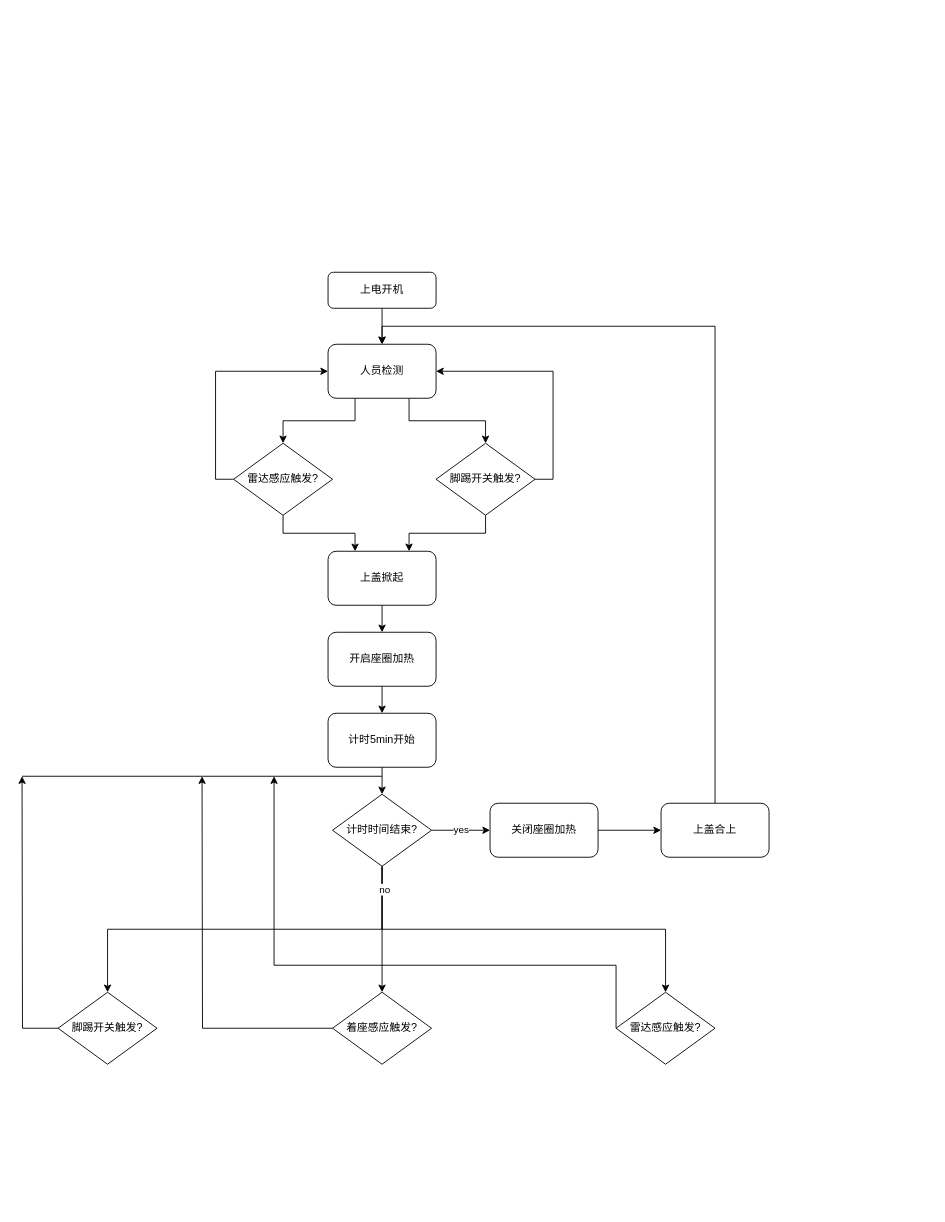
Above: Smart_Toilet_2.drawio in RockONthefeel/HW_Design_SUP (draw.io), before the change. Source tidied: cells renumbered, new cells numbered last; positions are measured from the earlier drawing's top-left corner, leaving out a move shared by most shapes. Both pictures are drawn from the tidied source at 90%, with x=0, y=0 at pixel (22, 272).
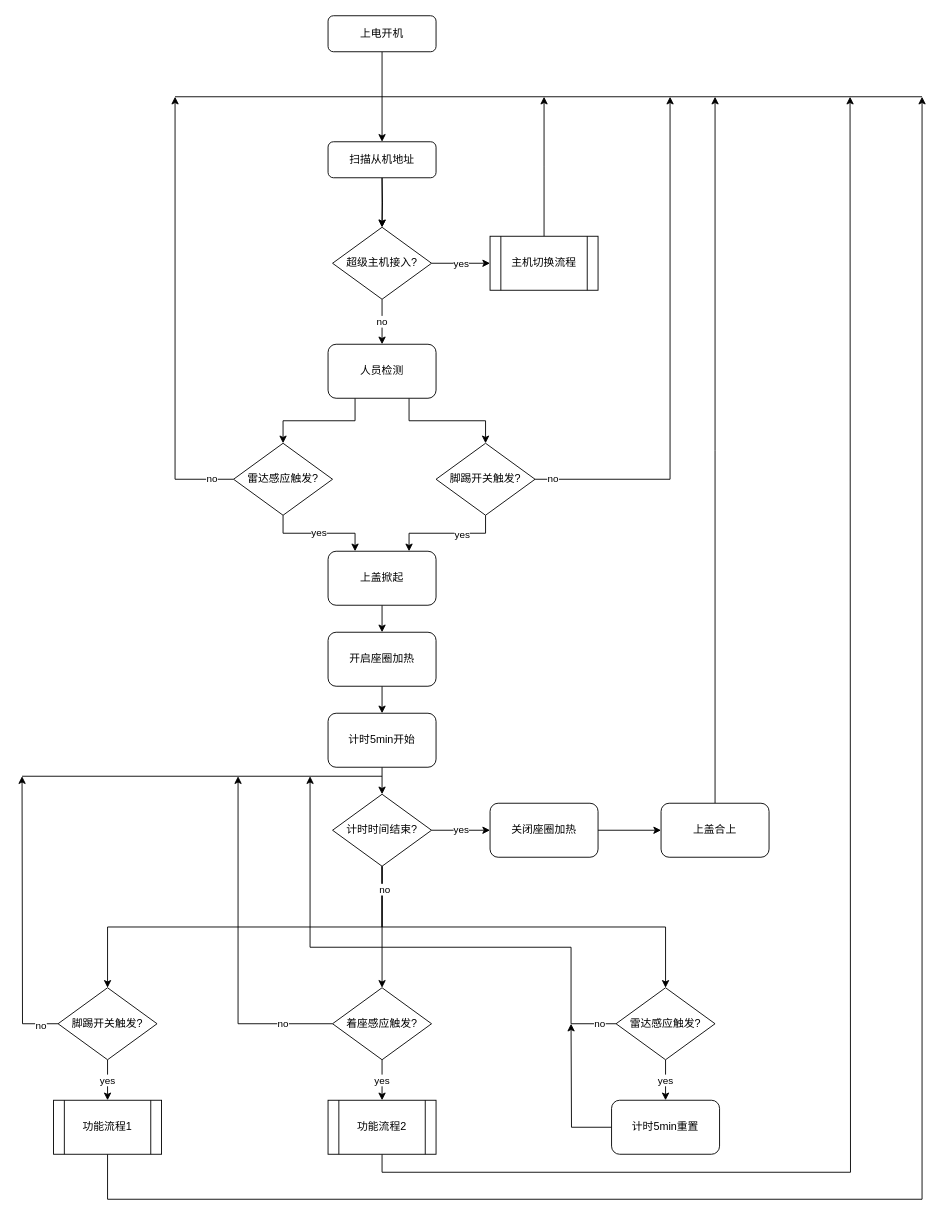
The same page after the edit.

The change refers to these unchanged cells:
```xml
<mxCell id="6" value="人员检测" style="rounded=1;whiteSpace=wrap;html=1;flipH=1;flipV=0;" parent="1" vertex="1">
  <mxGeometry x="340" y="80" width="120" height="60" as="geometry" />
</mxCell>
<mxCell id="9" value="雷达感应触发?" style="rhombus;whiteSpace=wrap;html=1;flipH=1;flipV=0;" parent="1" vertex="1">
  <mxGeometry x="235" y="190" width="110" height="80" as="geometry" />
</mxCell>
<mxCell id="11" style="edgeStyle=orthogonalEdgeStyle;rounded=0;jettySize=auto;html=1;exitX=0.5;exitY=1;exitDx=0;exitDy=0;entryX=0.75;entryY=0;entryDx=0;entryDy=0;" parent="1" edge="1" source="12" target="14">
  <mxGeometry relative="1" as="geometry" />
</mxCell>
<mxCell id="12" value="脚踢开关触发?" style="rhombus;whiteSpace=wrap;html=1;flipH=1;flipV=0;" parent="1" vertex="1">
  <mxGeometry x="460" y="190" width="110" height="80" as="geometry" />
</mxCell>
<mxCell id="14" value="上盖掀起" style="rounded=1;whiteSpace=wrap;html=1;" parent="1" vertex="1">
  <mxGeometry x="340" y="310" width="120" height="60" as="geometry" />
</mxCell>
<mxCell id="17" style="edgeStyle=orthogonalEdgeStyle;rounded=0;jettySize=auto;html=1;exitX=0;exitY=0.5;exitDx=0;exitDy=0;" parent="1" edge="1" source="18">
  <mxGeometry relative="1" as="geometry">
    <mxPoint y="560" as="targetPoint" />
  </mxGeometry>
</mxCell>
<mxCell id="34" value="上盖合上" style="rounded=1;whiteSpace=wrap;html=1;" parent="1" vertex="1">
  <mxGeometry x="710" y="590" width="120" height="60" as="geometry" />
</mxCell>
```

Change to the diagram source:
```diff
@@
-    <mxCell id="2" style="edgeStyle=orthogonalEdgeStyle;rounded=0;jettySize=auto;html=1;exitX=0.5;exitY=1;exitDx=0;exitDy=0;entryX=0.5;entryY=0;entryDx=0;entryDy=0;" parent="1" edge="1" source="3" target="6">
-      <mxGeometry relative="1" as="geometry" />
-    </mxCell>
+    <mxCell id="36" style="edgeStyle=orthogonalEdgeStyle;rounded=0;jettySize=auto;html=1;entryX=0.5;entryY=0;entryDx=0;entryDy=0;" parent="1" edge="1" target="53">
+      <mxGeometry relative="1" as="geometry">
+        <mxPoint x="400" y="-105" as="sourcePoint" />
+      </mxGeometry>
+    </mxCell>
+    <mxCell id="37" style="edgeStyle=orthogonalEdgeStyle;rounded=0;jettySize=auto;html=1;exitX=0.5;exitY=1;exitDx=0;exitDy=0;entryX=0.5;entryY=0;entryDx=0;entryDy=0;" parent="1" edge="1" source="3" target="57">
+      <mxGeometry relative="1" as="geometry" />
+    </mxCell>
     <mxCell id="3" value="上电开机" style="rounded=1;whiteSpace=wrap;html=1;fontSize=12;glass=0;strokeWidth=1;shadow=0;" parent="1" vertex="1">
-      <mxGeometry x="340" width="120" height="40" as="geometry" />
+      <mxGeometry x="340" y="-285" width="120" height="40" as="geometry" />
     </mxCell>
@@
-    <mxCell id="7" style="edgeStyle=orthogonalEdgeStyle;rounded=0;jettySize=auto;html=1;exitX=0;exitY=0.5;exitDx=0;exitDy=0;entryX=0;entryY=0.5;entryDx=0;entryDy=0;" parent="1" edge="1" source="9" target="6">
-      <mxGeometry relative="1" as="geometry" />
+    <mxCell id="7" value="no" style="edgeStyle=orthogonalEdgeStyle;rounded=0;jettySize=auto;html=1;exitX=0;exitY=0.5;exitDx=0;exitDy=0;" parent="1" edge="1" source="9">
+      <mxGeometry x="-0.9" relative="1" as="geometry">
+        <mxPoint x="170" y="-195" as="targetPoint" />
+        <Array as="points">
+          <mxPoint x="170" y="230" />
+          <mxPoint x="170" y="-195" />
+        </Array>
+      </mxGeometry>
     </mxCell>
-    <mxCell id="8" style="edgeStyle=orthogonalEdgeStyle;rounded=0;jettySize=auto;html=1;exitX=0.5;exitY=1;exitDx=0;exitDy=0;entryX=0.25;entryY=0;entryDx=0;entryDy=0;" parent="1" edge="1" source="9" target="14">
+    <mxCell id="8" value="yes" style="edgeStyle=orthogonalEdgeStyle;rounded=0;jettySize=auto;html=1;exitX=0.5;exitY=1;exitDx=0;exitDy=0;entryX=0.25;entryY=0;entryDx=0;entryDy=0;" parent="1" edge="1" source="9" target="14">
       <mxGeometry relative="1" as="geometry" />
     </mxCell>
@@
-    <mxCell id="10" style="edgeStyle=orthogonalEdgeStyle;rounded=0;jettySize=auto;html=1;exitX=1;exitY=0.5;exitDx=0;exitDy=0;entryX=1;entryY=0.5;entryDx=0;entryDy=0;" parent="1" edge="1" source="12" target="6">
-      <mxGeometry relative="1" as="geometry" />
+    <mxCell id="10" value="no" style="edgeStyle=orthogonalEdgeStyle;rounded=0;jettySize=auto;html=1;exitX=1;exitY=0.5;exitDx=0;exitDy=0;" parent="1" edge="1" source="12">
+      <mxGeometry x="-0.93" relative="1" as="geometry">
+        <mxPoint x="720" y="-195" as="targetPoint" />
+        <Array as="points">
+          <mxPoint x="720" y="230" />
+          <mxPoint x="720" y="-195" />
+        </Array>
+      </mxGeometry>
     </mxCell>
@@
+    <mxCell id="38" value="yes" style="edgeLabel;html=1;align=center;verticalAlign=middle;" parent="11" vertex="1">
+      <mxGeometry x="-0.25" y="1" relative="1" as="geometry" />
+    </mxCell>
@@
+    <mxCell id="39" value="no" style="edgeLabel;html=1;align=center;verticalAlign=middle;" parent="17" vertex="1">
+      <mxGeometry x="-0.22" y="1" relative="1" as="geometry">
+        <mxPoint x="21" y="85" as="offset" />
+      </mxGeometry>
+    </mxCell>
+    <mxCell id="40" value="yes" style="edgeStyle=orthogonalEdgeStyle;rounded=0;jettySize=auto;html=1;exitX=0.5;exitY=1;exitDx=0;exitDy=0;entryX=0.5;entryY=0;entryDx=0;entryDy=0;" parent="1" edge="1" source="18" target="47">
+      <mxGeometry relative="1" as="geometry" />
+    </mxCell>
     <mxCell id="18" value="脚踢开关触发?" style="rhombus;whiteSpace=wrap;html=1;flipH=1;flipV=0;" parent="1" vertex="1">
-      <mxGeometry x="40" y="800" width="110" height="80" as="geometry" />
+      <mxGeometry x="40" y="795" width="110" height="80" as="geometry" />
     </mxCell>
-    <mxCell id="19" style="edgeStyle=orthogonalEdgeStyle;rounded=0;jettySize=auto;html=1;exitX=0;exitY=0.5;exitDx=0;exitDy=0;" parent="1" edge="1" source="20">
-      <mxGeometry relative="1" as="geometry">
-        <mxPoint x="200" y="560" as="targetPoint" />
+    <mxCell id="19" value="no" style="edgeStyle=orthogonalEdgeStyle;rounded=0;jettySize=auto;html=1;exitX=0;exitY=0.5;exitDx=0;exitDy=0;" parent="1" edge="1" source="20">
+      <mxGeometry x="-0.71" relative="1" as="geometry">
+        <mxPoint x="240" y="560" as="targetPoint" />
+        <Array as="points">
+          <mxPoint x="240" y="835" />
+        </Array>
       </mxGeometry>
     </mxCell>
+    <mxCell id="41" value="yes" style="edgeStyle=orthogonalEdgeStyle;rounded=0;jettySize=auto;html=1;exitX=0.5;exitY=1;exitDx=0;exitDy=0;entryX=0.5;entryY=0;entryDx=0;entryDy=0;" parent="1" edge="1" source="20" target="49">
+      <mxGeometry relative="1" as="geometry" />
+    </mxCell>
     <mxCell id="20" value="着座感应触发?" style="rhombus;whiteSpace=wrap;html=1;flipH=1;flipV=0;" parent="1" vertex="1">
-      <mxGeometry x="345" y="800" width="110" height="80" as="geometry" />
+      <mxGeometry x="345" y="795" width="110" height="80" as="geometry" />
     </mxCell>
@@
-    <mxCell id="23" style="edgeStyle=orthogonalEdgeStyle;rounded=0;jettySize=auto;html=1;exitX=0;exitY=0.5;exitDx=0;exitDy=0;" parent="1" edge="1" source="24">
-      <mxGeometry relative="1" as="geometry">
-        <mxPoint x="280" y="560" as="targetPoint" />
+    <mxCell id="23" value="no" style="edgeStyle=orthogonalEdgeStyle;rounded=0;jettySize=auto;html=1;exitX=0;exitY=0.5;exitDx=0;exitDy=0;" parent="1" edge="1" source="24">
+      <mxGeometry x="-0.94" relative="1" as="geometry">
+        <mxPoint x="320" y="560" as="targetPoint" />
         <Array as="points">
-          <mxPoint x="660" y="770" />
-          <mxPoint x="280" y="770" />
+          <mxPoint x="610" y="835" />
+          <mxPoint x="610" y="750" />
+          <mxPoint x="320" y="750" />
         </Array>
       </mxGeometry>
     </mxCell>
+    <mxCell id="42" value="yes" style="edgeStyle=orthogonalEdgeStyle;rounded=0;jettySize=auto;html=1;exitX=0.5;exitY=1;exitDx=0;exitDy=0;entryX=0.5;entryY=0;entryDx=0;entryDy=0;" parent="1" edge="1" source="24" target="45">
+      <mxGeometry relative="1" as="geometry" />
+    </mxCell>
     <mxCell id="24" value="雷达感应触发?" style="rhombus;whiteSpace=wrap;html=1;flipH=1;flipV=0;" parent="1" vertex="1">
-      <mxGeometry x="660" y="800" width="110" height="80" as="geometry" />
+      <mxGeometry x="660" y="795" width="110" height="80" as="geometry" />
     </mxCell>
@@
-    <mxCell id="33" style="edgeStyle=orthogonalEdgeStyle;rounded=0;jettySize=auto;html=1;exitX=0.5;exitY=0;exitDx=0;exitDy=0;entryX=0.5;entryY=0;entryDx=0;entryDy=0;" parent="1" edge="1" source="34" target="6">
-      <mxGeometry relative="1" as="geometry" />
-    </mxCell>
+    <mxCell id="43" style="edgeStyle=orthogonalEdgeStyle;rounded=0;jettySize=auto;html=1;exitX=0.5;exitY=0;exitDx=0;exitDy=0;" parent="1" edge="1" source="34">
+      <mxGeometry relative="1" as="geometry">
+        <mxPoint x="770" y="-195" as="targetPoint" />
+      </mxGeometry>
+    </mxCell>
@@
+    <mxCell id="44" style="edgeStyle=orthogonalEdgeStyle;rounded=0;jettySize=auto;html=1;exitX=0;exitY=0.5;exitDx=0;exitDy=0;" parent="1" edge="1" source="45">
+      <mxGeometry relative="1" as="geometry">
+        <mxPoint x="610" y="835" as="targetPoint" />
+      </mxGeometry>
+    </mxCell>
+    <mxCell id="45" value="计时5min重置" style="rounded=1;whiteSpace=wrap;html=1;" parent="1" vertex="1">
+      <mxGeometry x="655" y="920" width="120" height="60" as="geometry" />
+    </mxCell>
+    <mxCell id="46" style="edgeStyle=orthogonalEdgeStyle;rounded=0;jettySize=auto;html=1;exitX=0.5;exitY=1;exitDx=0;exitDy=0;" parent="1" edge="1" source="47">
+      <mxGeometry relative="1" as="geometry">
+        <mxPoint x="1000" y="-195" as="targetPoint" />
+        <Array as="points">
+          <mxPoint x="95" y="1030" />
+          <mxPoint x="1000" y="1030" />
+        </Array>
+      </mxGeometry>
+    </mxCell>
+    <mxCell id="47" value="功能流程1" style="shape=process;whiteSpace=wrap;html=1;backgroundOutline=1;" parent="1" vertex="1">
+      <mxGeometry x="35" y="920" width="120" height="60" as="geometry" />
+    </mxCell>
+    <mxCell id="48" style="edgeStyle=orthogonalEdgeStyle;rounded=0;jettySize=auto;html=1;exitX=0.5;exitY=1;exitDx=0;exitDy=0;" parent="1" edge="1" source="49">
+      <mxGeometry relative="1" as="geometry">
+        <mxPoint x="920" y="-195" as="targetPoint" />
+      </mxGeometry>
+    </mxCell>
+    <mxCell id="49" value="功能流程2" style="shape=process;whiteSpace=wrap;html=1;backgroundOutline=1;" parent="1" vertex="1">
+      <mxGeometry x="340" y="920" width="120" height="60" as="geometry" />
+    </mxCell>
+    <mxCell id="50" style="endArrow=none;html=1;" parent="1" edge="1">
+      <mxGeometry relative="1" as="geometry">
+        <mxPoint x="170" y="-195" as="sourcePoint" />
+        <mxPoint x="1000" y="-195" as="targetPoint" />
+      </mxGeometry>
+    </mxCell>
+    <mxCell id="51" value="no" style="edgeStyle=orthogonalEdgeStyle;rounded=0;jettySize=auto;html=1;exitX=0.5;exitY=1;exitDx=0;exitDy=0;entryX=0.5;entryY=0;entryDx=0;entryDy=0;" parent="1" edge="1" source="53" target="6">
+      <mxGeometry relative="1" as="geometry" />
+    </mxCell>
+    <mxCell id="52" value="yes" style="edgeStyle=orthogonalEdgeStyle;rounded=0;jettySize=auto;html=1;exitX=1;exitY=0.5;exitDx=0;exitDy=0;" parent="1" edge="1" source="53">
+      <mxGeometry relative="1" as="geometry">
+        <mxPoint x="520" y="-10" as="targetPoint" />
+      </mxGeometry>
+    </mxCell>
+    <mxCell id="53" value="超级主机接入?" style="rhombus;whiteSpace=wrap;html=1;flipH=1;flipV=0;" parent="1" vertex="1">
+      <mxGeometry x="345" y="-50" width="110" height="80" as="geometry" />
+    </mxCell>
+    <mxCell id="54" style="edgeStyle=orthogonalEdgeStyle;rounded=0;jettySize=auto;html=1;exitX=0.5;exitY=0;exitDx=0;exitDy=0;" parent="1" edge="1" source="55">
+      <mxGeometry relative="1" as="geometry">
+        <mxPoint x="580" y="-195" as="targetPoint" />
+      </mxGeometry>
+    </mxCell>
+    <mxCell id="55" value="主机切换流程" style="shape=process;whiteSpace=wrap;html=1;backgroundOutline=1;" parent="1" vertex="1">
+      <mxGeometry x="520" y="-40" width="120" height="60" as="geometry" />
+    </mxCell>
+    <mxCell id="56" style="edgeStyle=orthogonalEdgeStyle;rounded=0;jettySize=auto;html=1;exitX=0.5;exitY=1;exitDx=0;exitDy=0;entryX=0.5;entryY=0;entryDx=0;entryDy=0;" parent="1" edge="1" source="57" target="53">
+      <mxGeometry relative="1" as="geometry" />
+    </mxCell>
+    <mxCell id="57" value="扫描从机地址" style="rounded=1;whiteSpace=wrap;html=1;fontSize=12;glass=0;strokeWidth=1;shadow=0;" parent="1" vertex="1">
+      <mxGeometry x="340" y="-145" width="120" height="40" as="geometry" />
+    </mxCell>
```
